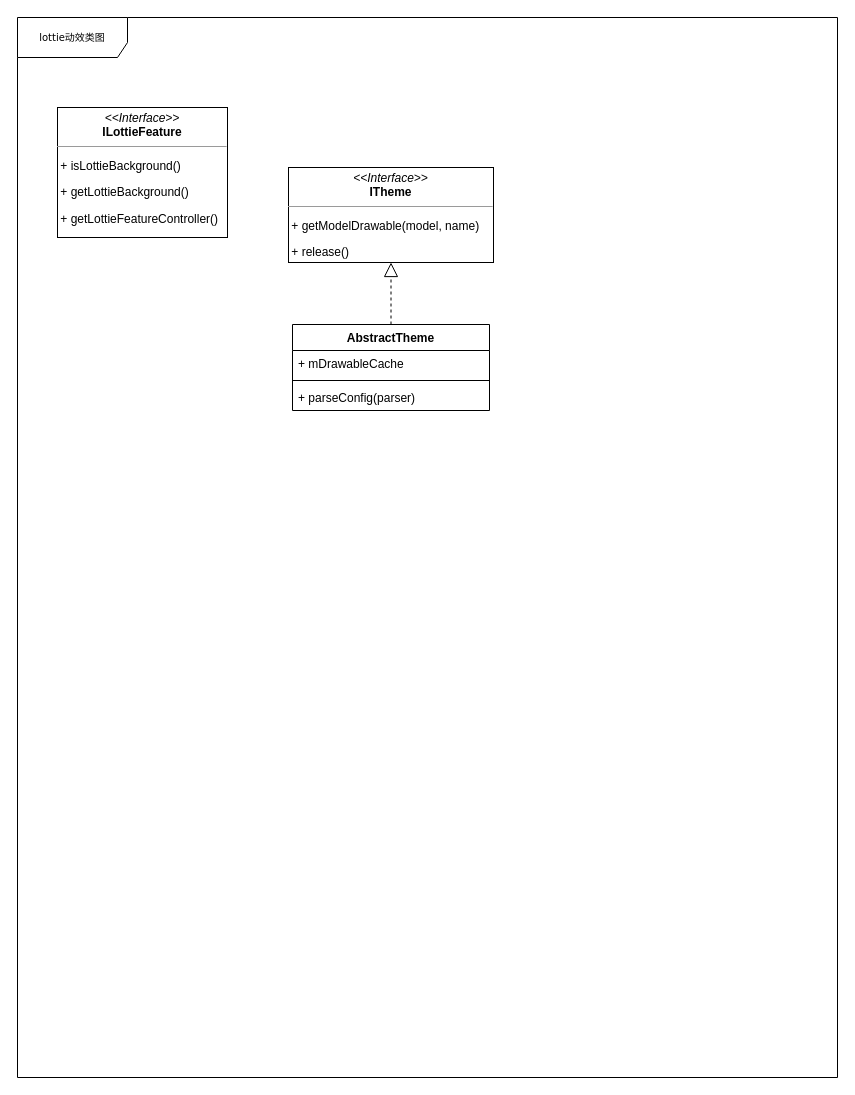
The draw.io diagram lottie_cls.drawio in jimmy5zhang/UML, before the edit. Source tidied: cells renumbered, new cells numbered last; positions are measured from the earlier drawing's top-left corner, leaving out a move shared by most shapes. Both pictures are drawn from the tidied source at 100%, with x=0, y=0 at pixel (17, 17).
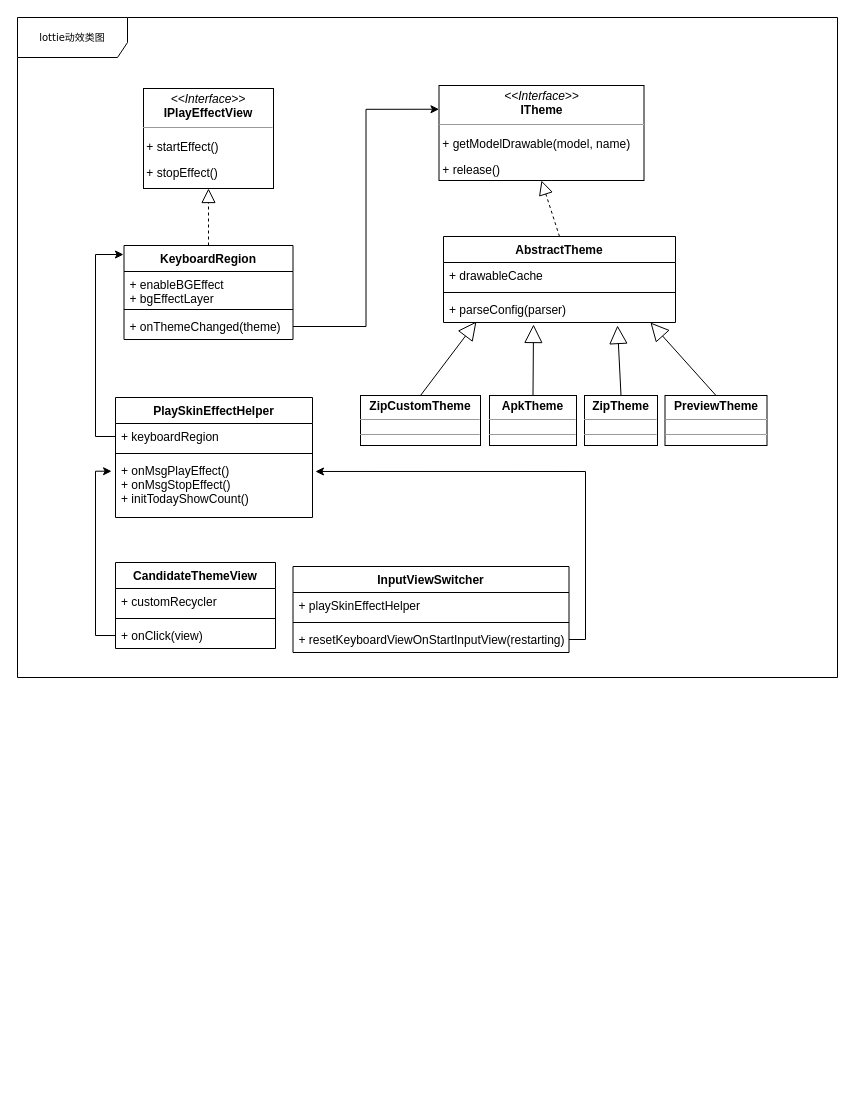
Above is the later version.

Change to the diagram source:
```diff
@@
     <mxCell id="2" value="lottie动效类图" style="shape=umlFrame;whiteSpace=wrap;html=1;rounded=0;shadow=0;comic=0;labelBackgroundColor=none;strokeColor=#000000;strokeWidth=1;fillColor=#ffffff;fontFamily=Verdana;fontSize=10;fontColor=#000000;align=center;width=110;height=40;" parent="1" vertex="1">
-      <mxGeometry width="820" height="1060" as="geometry" />
+      <mxGeometry width="820" height="660" as="geometry" />
     </mxCell>
-    <mxCell id="3" value="&lt;p style=&quot;margin: 0px ; margin-top: 4px ; text-align: center&quot;&gt;&lt;i&gt;&amp;lt;&amp;lt;Interface&amp;gt;&amp;gt;&lt;/i&gt;&lt;br&gt;&lt;span&gt;&lt;b&gt;ILottieFeature&lt;/b&gt;&lt;/span&gt;&lt;/p&gt;&lt;hr size=&quot;1&quot;&gt;&lt;p&gt;&amp;nbsp;+&amp;nbsp;&lt;span&gt;isLottieBackground&lt;/span&gt;&lt;span&gt;()&lt;/span&gt;&lt;/p&gt;&lt;p&gt;&lt;span&gt;&amp;nbsp;+&amp;nbsp;&lt;/span&gt;&lt;span&gt;getLottieBackground&lt;/span&gt;&lt;span&gt;()&lt;/span&gt;&lt;/p&gt;&lt;p&gt;&amp;nbsp;+&amp;nbsp;&lt;span&gt;getLottieFeatureController&lt;/span&gt;&lt;span&gt;()&lt;/span&gt;&lt;/p&gt;" style="verticalAlign=top;align=left;overflow=fill;fontSize=12;fontFamily=Helvetica;html=1;rounded=0;shadow=0;comic=0;labelBackgroundColor=none;strokeColor=#000000;strokeWidth=1;fillColor=#ffffff;" parent="1" vertex="1">
-      <mxGeometry x="40" y="90" width="170" height="130" as="geometry" />
-    </mxCell>
     <mxCell id="4" value="AbstractTheme" style="swimlane;fontStyle=1;align=center;verticalAlign=top;horizontal=1;startSize=26;" parent="1" vertex="1">
-      <mxGeometry x="275" y="307" width="197" height="86" as="geometry" />
+      <mxGeometry x="426" y="219" width="232" height="86" as="geometry" />
     </mxCell>
-    <mxCell id="5" value="+ mDrawableCache&#10;" style="text;strokeColor=none;fillColor=none;align=left;verticalAlign=top;spacingLeft=4;spacingRight=4;overflow=hidden;" parent="4" vertex="1">
-      <mxGeometry y="26" width="197" height="26" as="geometry" />
+    <mxCell id="5" value="+ drawableCache&#10;" style="text;strokeColor=none;fillColor=none;align=left;verticalAlign=top;spacingLeft=4;spacingRight=4;overflow=hidden;" parent="4" vertex="1">
+      <mxGeometry y="26" width="232" height="26" as="geometry" />
     </mxCell>
     <mxCell id="6" style="line;strokeWidth=1;fillColor=none;align=left;verticalAlign=middle;spacingTop=-1;spacingLeft=3;spacingRight=3;labelPosition=right;" parent="4" vertex="1">
-      <mxGeometry y="52" width="197" height="8" as="geometry" />
+      <mxGeometry y="52" width="232" height="8" as="geometry" />
     </mxCell>
     <mxCell id="7" value="+ parseConfig(parser)&#10;" style="text;strokeColor=none;fillColor=none;align=left;verticalAlign=top;spacingLeft=4;spacingRight=4;overflow=hidden;points=[[0,0.5],[1,0.5]];portConstraint=eastwest;" parent="4" vertex="1">
-      <mxGeometry y="60" width="197" height="26" as="geometry" />
+      <mxGeometry y="60" width="232" height="26" as="geometry" />
     </mxCell>
     <mxCell id="8" value="&lt;p style=&quot;margin: 0px ; margin-top: 4px ; text-align: center&quot;&gt;&lt;i&gt;&amp;lt;&amp;lt;Interface&amp;gt;&amp;gt;&lt;/i&gt;&lt;br&gt;&lt;span&gt;&lt;b&gt;ITheme&lt;/b&gt;&lt;/span&gt;&lt;/p&gt;&lt;hr size=&quot;1&quot;&gt;&lt;p&gt;&amp;nbsp;&lt;span&gt;+&amp;nbsp;&lt;/span&gt;&lt;span&gt;getModelDrawable&lt;/span&gt;&lt;span&gt;(&lt;/span&gt;&lt;span&gt;model,&amp;nbsp;&lt;/span&gt;&lt;span&gt;name&lt;/span&gt;&lt;span&gt;)&lt;/span&gt;&lt;/p&gt;&lt;p&gt;&amp;nbsp;+&amp;nbsp;&lt;span&gt;release&lt;/span&gt;&lt;span&gt;()&lt;/span&gt;&lt;/p&gt;" style="verticalAlign=top;align=left;overflow=fill;fontSize=12;fontFamily=Helvetica;html=1;rounded=0;shadow=0;comic=0;labelBackgroundColor=none;strokeColor=#000000;strokeWidth=1;fillColor=#ffffff;" parent="1" vertex="1">
-      <mxGeometry x="271" y="150" width="205" height="95" as="geometry" />
+      <mxGeometry x="421.5" y="68" width="205" height="95" as="geometry" />
     </mxCell>
@@
+    <mxCell id="10" value="&lt;p style=&quot;margin: 0px ; margin-top: 4px ; text-align: center&quot;&gt;&lt;i&gt;&amp;lt;&amp;lt;Interface&amp;gt;&amp;gt;&lt;/i&gt;&lt;br&gt;&lt;span&gt;&lt;b&gt;IPlayEffectView&lt;/b&gt;&lt;/span&gt;&lt;/p&gt;&lt;hr size=&quot;1&quot;&gt;&lt;p&gt;&amp;nbsp;+&amp;nbsp;&lt;span&gt;startEffect&lt;/span&gt;&lt;span&gt;()&lt;/span&gt;&lt;/p&gt;&lt;p&gt;&lt;span&gt;&amp;nbsp;+&amp;nbsp;&lt;/span&gt;&lt;span&gt;stopEffect&lt;/span&gt;&lt;span&gt;()&lt;/span&gt;&lt;/p&gt;" style="verticalAlign=top;align=left;overflow=fill;fontSize=12;fontFamily=Helvetica;html=1;rounded=0;shadow=0;comic=0;labelBackgroundColor=none;strokeColor=#000000;strokeWidth=1;fillColor=#ffffff;" parent="1" vertex="1">
+      <mxGeometry x="126" y="71" width="130" height="100" as="geometry" />
+    </mxCell>
+    <mxCell id="11" value="KeyboardRegion" style="swimlane;fontStyle=1;align=center;verticalAlign=top;horizontal=1;startSize=26;" parent="1" vertex="1">
+      <mxGeometry x="106.5" y="228" width="169" height="94" as="geometry" />
+    </mxCell>
+    <mxCell id="12" value="+ enableBGEffect&#10;+ bgEffectLayer&#10;" style="text;strokeColor=none;fillColor=none;align=left;verticalAlign=top;spacingLeft=4;spacingRight=4;overflow=hidden;" parent="11" vertex="1">
+      <mxGeometry y="26" width="169" height="34" as="geometry" />
+    </mxCell>
+    <mxCell id="13" style="line;strokeWidth=1;fillColor=none;align=left;verticalAlign=middle;spacingTop=-1;spacingLeft=3;spacingRight=3;labelPosition=right;" parent="11" vertex="1">
+      <mxGeometry y="60" width="169" height="8" as="geometry" />
+    </mxCell>
+    <mxCell id="14" value="+ onThemeChanged(theme)&#10;" style="text;strokeColor=none;fillColor=none;align=left;verticalAlign=top;spacingLeft=4;spacingRight=4;overflow=hidden;points=[[0,0.5],[1,0.5]];portConstraint=eastwest;" parent="11" vertex="1">
+      <mxGeometry y="68" width="169" height="26" as="geometry" />
+    </mxCell>
+    <mxCell id="15" style="endArrow=block;dashed=1;endFill=0;endSize=12;html=1;exitX=0.5;exitY=0;exitDx=0;exitDy=0;entryX=0.5;entryY=1;entryDx=0;entryDy=0;" parent="1" edge="1" source="11" target="10">
+      <mxGeometry relative="1" as="geometry" />
+    </mxCell>
+    <mxCell id="16" value="&lt;p style=&quot;margin: 0px ; margin-top: 4px ; text-align: center&quot;&gt;&lt;b&gt;ZipCustomTheme&lt;/b&gt;&lt;br&gt;&lt;/p&gt;&lt;hr size=&quot;1&quot;&gt;&lt;div style=&quot;height: 2px&quot;&gt;&lt;/div&gt;&lt;hr size=&quot;1&quot;&gt;&lt;div style=&quot;height: 2px&quot;&gt;&lt;/div&gt;" style="verticalAlign=top;align=left;overflow=fill;fontSize=12;fontFamily=Helvetica;html=1;gradientColor=none;" parent="1" vertex="1">
+      <mxGeometry x="343" y="378" width="120" height="50" as="geometry" />
+    </mxCell>
+    <mxCell id="17" value="&lt;p style=&quot;margin: 0px ; margin-top: 4px ; text-align: center&quot;&gt;&lt;span&gt;&lt;b&gt;ApkTheme&lt;/b&gt;&lt;/span&gt;&lt;/p&gt;&lt;hr size=&quot;1&quot;&gt;&lt;div style=&quot;height: 2px&quot;&gt;&lt;/div&gt;&lt;hr size=&quot;1&quot;&gt;&lt;div style=&quot;height: 2px&quot;&gt;&lt;/div&gt;" style="verticalAlign=top;align=left;overflow=fill;fontSize=12;fontFamily=Helvetica;html=1;gradientColor=none;" parent="1" vertex="1">
+      <mxGeometry x="472" y="378" width="87" height="50" as="geometry" />
+    </mxCell>
+    <mxCell id="18" value="&lt;p style=&quot;margin: 0px ; margin-top: 4px ; text-align: center&quot;&gt;&lt;b&gt;ZipTheme&lt;/b&gt;&lt;br&gt;&lt;/p&gt;&lt;hr size=&quot;1&quot;&gt;&lt;div style=&quot;height: 2px&quot;&gt;&lt;/div&gt;&lt;hr size=&quot;1&quot;&gt;&lt;div style=&quot;height: 2px&quot;&gt;&lt;/div&gt;" style="verticalAlign=top;align=left;overflow=fill;fontSize=12;fontFamily=Helvetica;html=1;gradientColor=none;" parent="1" vertex="1">
+      <mxGeometry x="567" y="378" width="73" height="50" as="geometry" />
+    </mxCell>
+    <mxCell id="19" style="endArrow=block;endSize=16;endFill=0;html=1;exitX=0.5;exitY=0;entryX=0.142;entryY=0.962;entryPerimeter=0;exitDx=0;exitDy=0;entryDx=0;entryDy=0;" parent="1" edge="1" source="16" target="7">
+      <mxGeometry relative="1" as="geometry" />
+    </mxCell>
+    <mxCell id="20" style="endArrow=block;endSize=16;endFill=0;html=1;exitX=0.5;exitY=0;exitDx=0;exitDy=0;entryX=0.388;entryY=1.077;entryDx=0;entryDy=0;entryPerimeter=0;" parent="1" edge="1" source="17" target="7">
+      <mxGeometry relative="1" as="geometry" />
+    </mxCell>
+    <mxCell id="21" style="endArrow=block;endSize=16;endFill=0;html=1;exitX=0.5;exitY=0;exitDx=0;exitDy=0;" parent="1" edge="1" source="18">
+      <mxGeometry relative="1" as="geometry">
+        <mxPoint x="600" y="308" as="targetPoint" />
+      </mxGeometry>
+    </mxCell>
+    <mxCell id="22" style="edgeStyle=orthogonalEdgeStyle;rounded=0;jettySize=auto;html=1;exitX=1;exitY=0.5;exitDx=0;exitDy=0;entryX=0;entryY=0.25;entryDx=0;entryDy=0;" parent="1" edge="1" source="14" target="8">
+      <mxGeometry relative="1" as="geometry" />
+    </mxCell>
+    <mxCell id="23" value="PlaySkinEffectHelper" style="swimlane;fontStyle=1;align=center;verticalAlign=top;horizontal=1;startSize=26;" parent="1" vertex="1">
+      <mxGeometry x="98" y="380" width="197" height="120" as="geometry" />
+    </mxCell>
+    <mxCell id="24" value="+ keyboardRegion&#10;" style="text;strokeColor=none;fillColor=none;align=left;verticalAlign=top;spacingLeft=4;spacingRight=4;overflow=hidden;points=[[0,0.5],[1,0.5]];portConstraint=eastwest;" parent="23" vertex="1">
+      <mxGeometry y="26" width="197" height="26" as="geometry" />
+    </mxCell>
+    <mxCell id="25" style="line;strokeWidth=1;fillColor=none;align=left;verticalAlign=middle;spacingTop=-1;spacingLeft=3;spacingRight=3;labelPosition=right;" parent="23" vertex="1">
+      <mxGeometry y="52" width="197" height="8" as="geometry" />
+    </mxCell>
+    <mxCell id="26" value="+ onMsgPlayEffect()&#10;+ onMsgStopEffect()&#10;+ initTodayShowCount()&#10;" style="text;strokeColor=none;fillColor=none;align=left;verticalAlign=top;spacingLeft=4;spacingRight=4;overflow=hidden;points=[[0,0.5],[1,0.5]];portConstraint=eastwest;" parent="23" vertex="1">
+      <mxGeometry y="60" width="197" height="60" as="geometry" />
+    </mxCell>
+    <mxCell id="27" style="edgeStyle=orthogonalEdgeStyle;rounded=0;jettySize=auto;html=1;exitX=0;exitY=0.5;exitDx=0;exitDy=0;entryX=-0.003;entryY=0.096;entryDx=0;entryDy=0;entryPerimeter=0;" parent="1" edge="1" source="24" target="11">
+      <mxGeometry relative="1" as="geometry" />
+    </mxCell>
+    <mxCell id="28" value="CandidateThemeView" style="swimlane;fontStyle=1;align=center;verticalAlign=top;horizontal=1;startSize=26;" parent="1" vertex="1">
+      <mxGeometry x="98" y="545" width="160" height="86" as="geometry" />
+    </mxCell>
+    <mxCell id="29" value="+ customRecycler&#10;" style="text;strokeColor=none;fillColor=none;align=left;verticalAlign=top;spacingLeft=4;spacingRight=4;overflow=hidden;" parent="28" vertex="1">
+      <mxGeometry y="26" width="160" height="26" as="geometry" />
+    </mxCell>
+    <mxCell id="30" style="line;strokeWidth=1;fillColor=none;align=left;verticalAlign=middle;spacingTop=-1;spacingLeft=3;spacingRight=3;labelPosition=right;" parent="28" vertex="1">
+      <mxGeometry y="52" width="160" height="8" as="geometry" />
+    </mxCell>
+    <mxCell id="31" value="+ onClick(view)&#10;" style="text;strokeColor=none;fillColor=none;align=left;verticalAlign=top;spacingLeft=4;spacingRight=4;overflow=hidden;points=[[0,0.5],[1,0.5]];portConstraint=eastwest;" parent="28" vertex="1">
+      <mxGeometry y="60" width="160" height="26" as="geometry" />
+    </mxCell>
+    <mxCell id="32" value="InputViewSwitcher" style="swimlane;fontStyle=1;align=center;verticalAlign=top;horizontal=1;startSize=26;" parent="1" vertex="1">
+      <mxGeometry x="275.5" y="549" width="276" height="86" as="geometry" />
+    </mxCell>
+    <mxCell id="33" value="+ playSkinEffectHelper&#10;" style="text;strokeColor=none;fillColor=none;align=left;verticalAlign=top;spacingLeft=4;spacingRight=4;overflow=hidden;" parent="32" vertex="1">
+      <mxGeometry y="26" width="276" height="26" as="geometry" />
+    </mxCell>
+    <mxCell id="34" style="line;strokeWidth=1;fillColor=none;align=left;verticalAlign=middle;spacingTop=-1;spacingLeft=3;spacingRight=3;labelPosition=right;" parent="32" vertex="1">
+      <mxGeometry y="52" width="276" height="8" as="geometry" />
+    </mxCell>
+    <mxCell id="35" value="+ resetKeyboardViewOnStartInputView(restarting)&#10;" style="text;strokeColor=none;fillColor=none;align=left;verticalAlign=top;spacingLeft=4;spacingRight=4;overflow=hidden;points=[[0,0.5],[1,0.5]];portConstraint=eastwest;" parent="32" vertex="1">
+      <mxGeometry y="60" width="276" height="26" as="geometry" />
+    </mxCell>
+    <mxCell id="36" style="edgeStyle=orthogonalEdgeStyle;rounded=0;jettySize=auto;html=1;exitX=0;exitY=0.5;exitDx=0;exitDy=0;entryX=-0.02;entryY=0.229;entryDx=0;entryDy=0;entryPerimeter=0;" parent="1" edge="1" source="31" target="26">
+      <mxGeometry relative="1" as="geometry" />
+    </mxCell>
+    <mxCell id="37" value="&lt;p style=&quot;margin: 0px ; margin-top: 4px ; text-align: center&quot;&gt;&lt;b&gt;&lt;span&gt;PreviewTheme&lt;/span&gt;&lt;br&gt;&lt;/b&gt;&lt;/p&gt;&lt;hr size=&quot;1&quot;&gt;&lt;div style=&quot;height: 2px&quot;&gt;&lt;/div&gt;&lt;hr size=&quot;1&quot;&gt;&lt;div style=&quot;height: 2px&quot;&gt;&lt;/div&gt;" style="verticalAlign=top;align=left;overflow=fill;fontSize=12;fontFamily=Helvetica;html=1;gradientColor=none;" parent="1" vertex="1">
+      <mxGeometry x="647.5" y="378" width="102" height="50" as="geometry" />
+    </mxCell>
+    <mxCell id="38" style="endArrow=block;endSize=16;endFill=0;html=1;exitX=0.5;exitY=0;entryX=0.892;entryY=1;entryPerimeter=0;exitDx=0;exitDy=0;entryDx=0;entryDy=0;" parent="1" edge="1" source="37" target="7">
+      <mxGeometry relative="1" as="geometry" />
+    </mxCell>
+    <mxCell id="39" style="edgeStyle=orthogonalEdgeStyle;rounded=0;jettySize=auto;html=1;exitX=1;exitY=0.5;exitDx=0;exitDy=0;entryX=1.015;entryY=0.233;entryDx=0;entryDy=0;entryPerimeter=0;" parent="1" edge="1" source="35" target="26">
+      <mxGeometry relative="1" as="geometry">
+        <Array as="points">
+          <mxPoint x="568" y="622" />
+          <mxPoint x="568" y="454" />
+        </Array>
+      </mxGeometry>
+    </mxCell>
```
